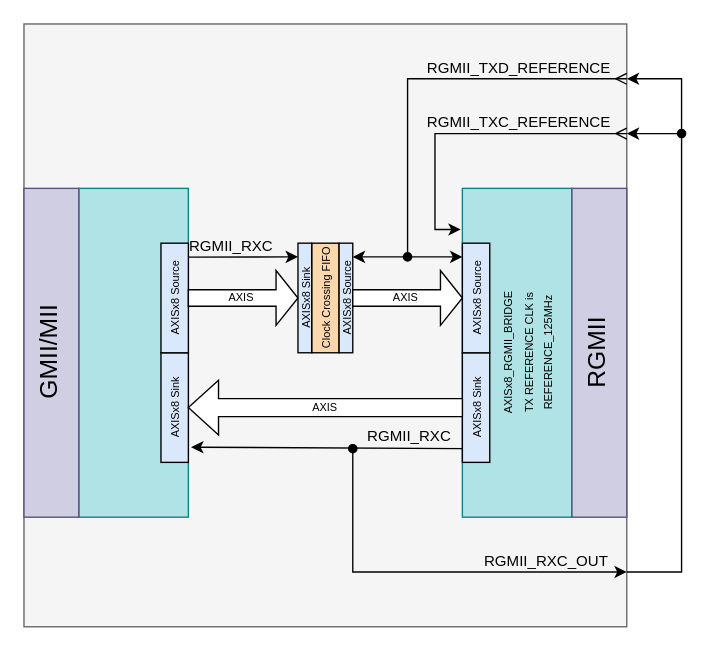
This is docs/Drawio/Example_Project_Zynq_GMII_MII_2_RGMII_Adapter_RXC_LoopBack.drawio from ikhansergio/FPGA_UDP_Offloading_Library, a draw.io file, before an edit. Source tidied: cells renumbered, new cells numbered last; positions are measured from the earlier drawing's top-left corner, leaving out a move shared by most shapes. Both pictures are drawn from the tidied source at 137%, with x=0, y=0 at pixel (-32, 23).
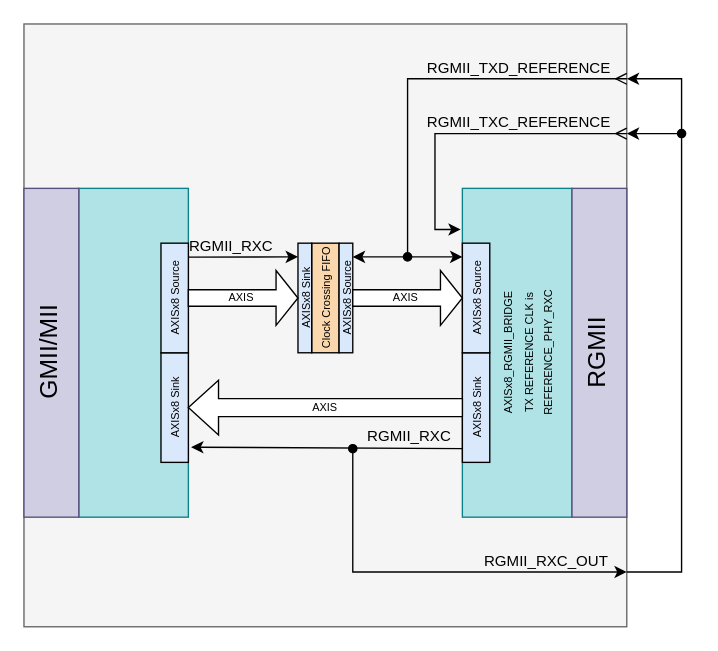
The same diagram, later.

Change to the diagram source:
```diff
@@
-    <mxCell id="10" value="&lt;div&gt;&lt;span style=&quot;font-size: 8px;&quot;&gt;&lt;br&gt;&lt;/span&gt;&lt;/div&gt;&lt;span style=&quot;font-size: 8px;&quot;&gt;AXISx8_RGMII_BRIDGE&lt;/span&gt;&lt;div&gt;&lt;span style=&quot;font-size: 8px;&quot;&gt;TX REFERENCE CLK is&lt;/span&gt;&lt;/div&gt;&lt;div&gt;&lt;span style=&quot;background-color: transparent; font-size: 8px;&quot;&gt;REFERENCE_125MHz&lt;/span&gt;&lt;/div&gt;" style="rounded=0;whiteSpace=wrap;html=1;fillColor=#b0e3e6;strokeColor=#0e8088;rotation=-90;" parent="1" vertex="1">
+    <mxCell id="10" value="&lt;div&gt;&lt;span style=&quot;font-size: 8px;&quot;&gt;&lt;br&gt;&lt;/span&gt;&lt;/div&gt;&lt;span style=&quot;font-size: 8px;&quot;&gt;AXISx8_RGMII_BRIDGE&lt;/span&gt;&lt;div&gt;&lt;span style=&quot;font-size: 8px;&quot;&gt;TX REFERENCE CLK is&lt;/span&gt;&lt;/div&gt;&lt;div&gt;&lt;span style=&quot;font-size: 8px;&quot;&gt;REFERENCE_PHY_RXC&lt;/span&gt;&lt;/div&gt;" style="rounded=0;whiteSpace=wrap;html=1;fillColor=#b0e3e6;strokeColor=#0e8088;rotation=-90;" parent="1" vertex="1">
       <mxGeometry x="280" y="200" width="240" height="80" as="geometry" />
     </mxCell>
```
